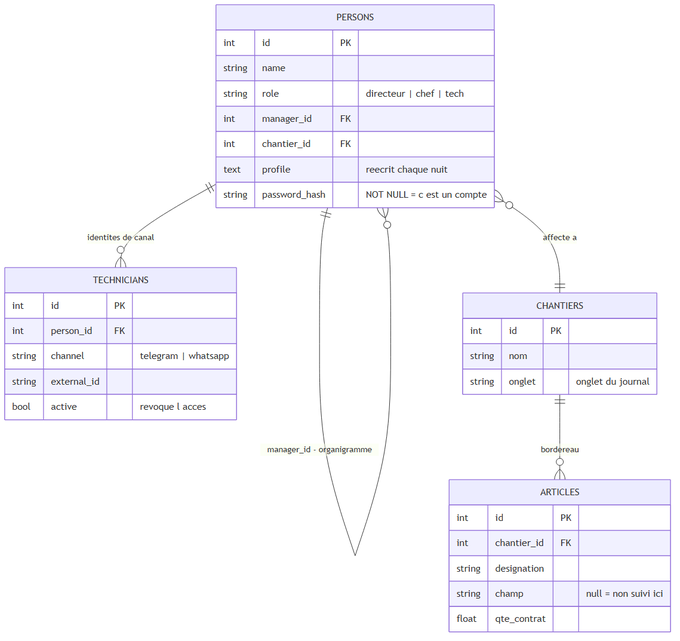
yassine808/PFE-aznet keeps this Mermaid diagram as Pres+report/diagrams/06-er-identity.png. Above is the earlier version. Its source is kept beside it as Pres+report/diagrams/06-er-identity.mmd. Source of this version:
```mermaid
erDiagram
    PERSONS ||--o{ TECHNICIANS : "identites de canal"
    PERSONS ||--o{ PERSONS : "manager_id - organigramme"
    PERSONS }o--|| CHANTIERS : "affecte a"
    CHANTIERS ||--o{ ARTICLES : "bordereau"

    PERSONS {
        int id PK
        string name
        string role "directeur | chef | tech"
        int manager_id FK
        int chantier_id FK
        text profile "reecrit chaque nuit"
        string password_hash "NOT NULL = c est un compte"
    }
    TECHNICIANS {
        int id PK
        int person_id FK
        string channel "telegram | whatsapp"
        string external_id
        bool active "revoque l acces"
    }
    CHANTIERS {
        int id PK
        string nom
        string onglet "onglet du journal"
    }
    ARTICLES {
        int id PK
        int chantier_id FK
        string designation
        string champ "null = non suivi ici"
        float qte_contrat
    }
```
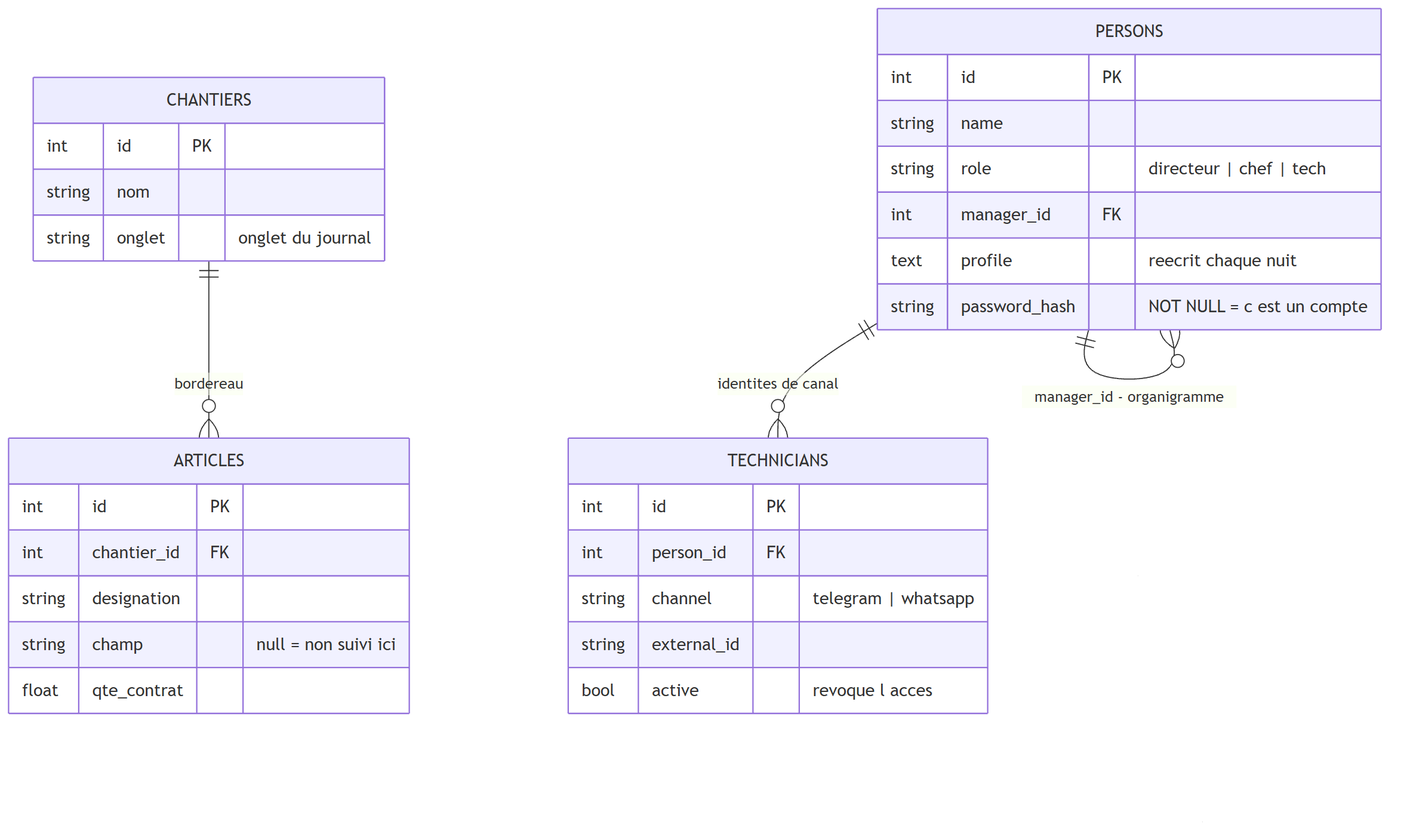
After the commit.

The edit, as a diff of the source:
```diff
@@ -1,7 +1,6 @@
 erDiagram
     PERSONS ||--o{ TECHNICIANS : "identites de canal"
     PERSONS ||--o{ PERSONS : "manager_id - organigramme"
-    PERSONS }o--|| CHANTIERS : "affecte a"
     CHANTIERS ||--o{ ARTICLES : "bordereau"
 
     PERSONS {
@@ -9,7 +8,6 @@
         string name
         string role "directeur | chef | tech"
         int manager_id FK
-        int chantier_id FK
         text profile "reecrit chaque nuit"
         string password_hash "NOT NULL = c est un compte"
     }
```
